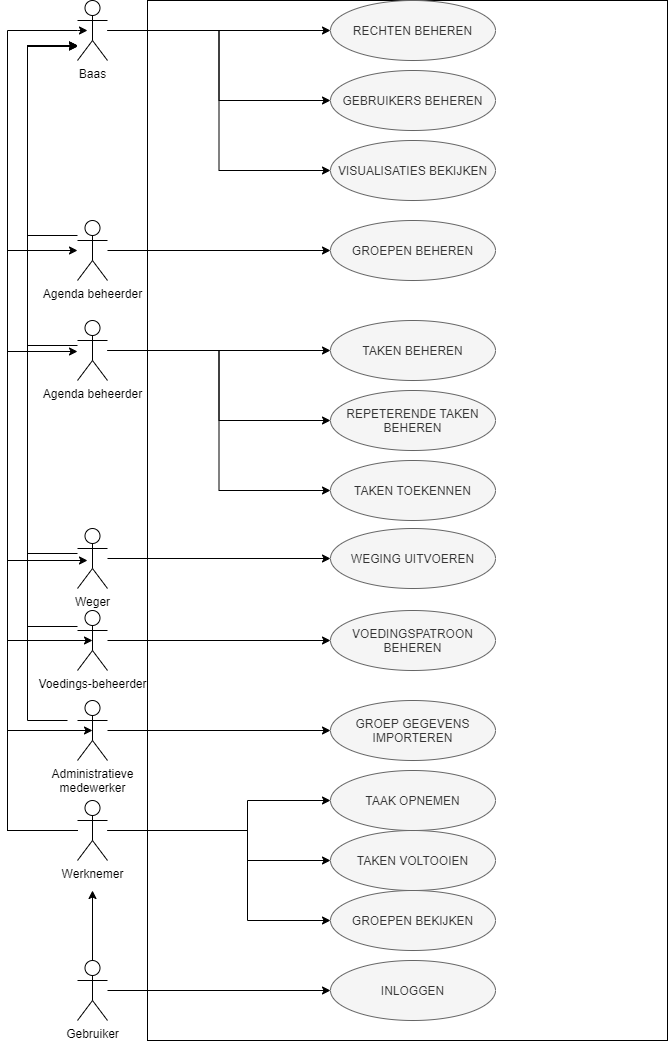
The draw.io diagram projectVMS/use_case_diagram.png in fabioPuissant/SoftEngProject2021-Groep10, before a commit. Source tidied: cells renumbered, new cells last; positions are measured from the earlier drawing's top-left corner, leaving out a move shared by most shapes.
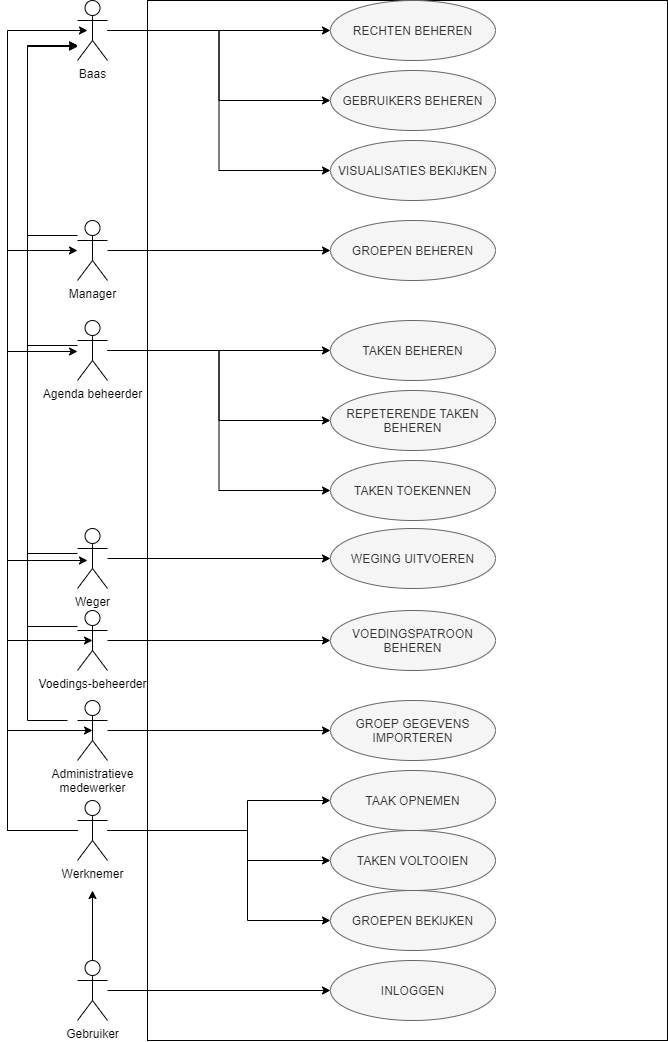
The same diagram one commit later.

Commit message:
edit: use case spelling

Diff of the diagram source:
```diff
@@ -205,7 +205,7 @@
         </Array>
       </mxGeometry>
     </mxCell>
-    <mxCell id="44" value="Agenda beheerder" style="shape=umlActor;verticalLabelPosition=bottom;verticalAlign=top;html=1;outlineConnect=0;" parent="1" vertex="1">
+    <mxCell id="44" value="Manager" style="shape=umlActor;verticalLabelPosition=bottom;verticalAlign=top;html=1;outlineConnect=0;" parent="1" vertex="1">
       <mxGeometry x="70" y="220" width="30" height="60" as="geometry" />
     </mxCell>
     <mxCell id="45" value="GROEPEN BEHEREN" style="ellipse;whiteSpace=wrap;html=1;fillColor=#f5f5f5;strokeColor=#666666;fontColor=#333333;" parent="1" vertex="1">
```
